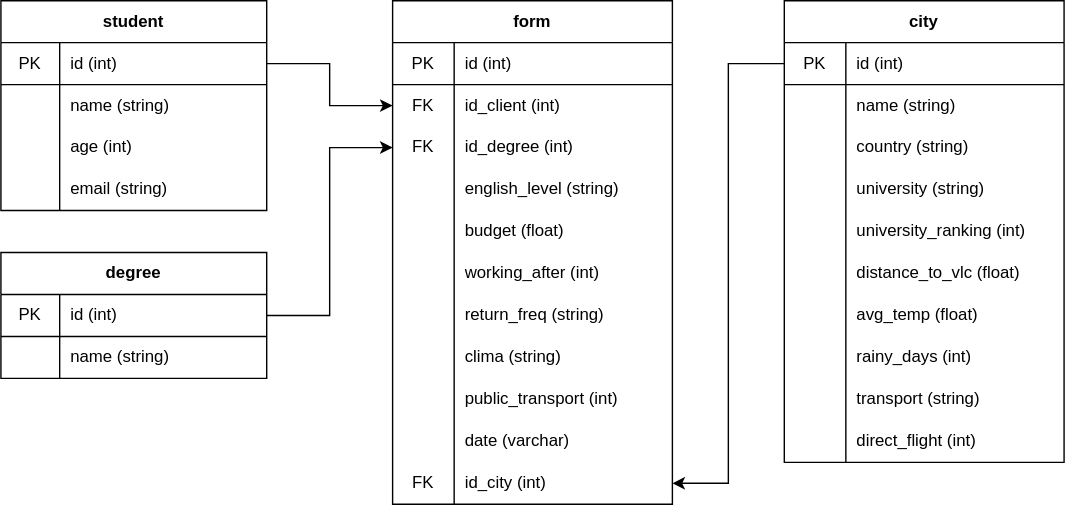
Before: WakeTeam_db.svg, a diagram exported from draw.io (viasmo1/edem-mda-DP1-wake). Source tidied: cells renumbered, new cells last; positions are measured from the earlier drawing's top-left corner, leaving out a move shared by most shapes.
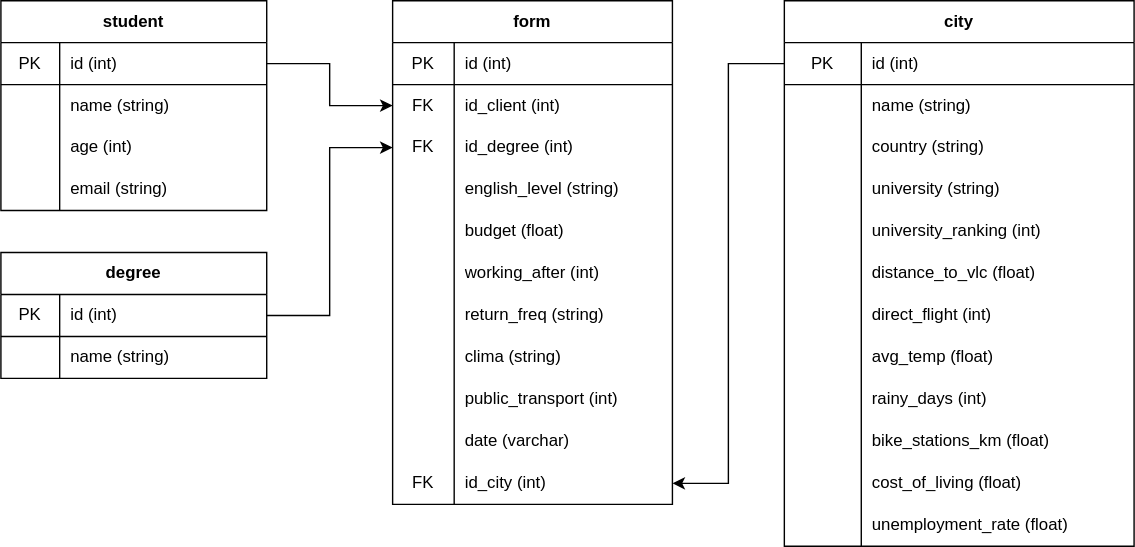
Later version of the same file.

What changed in the source:
```diff
@@ -42,98 +42,116 @@
       <mxGeometry x="42" width="148" height="30" as="geometry" />
     </mxCell>
     <mxCell id="15" value="city" style="shape=table;html=1;whiteSpace=wrap;startSize=30;rowLines=0;fontStyle=1;align=center;" parent="1" vertex="1">
-      <mxGeometry x="560" width="200" height="330" as="geometry" />
+      <mxGeometry x="560" width="250" height="390" as="geometry" />
     </mxCell>
     <mxCell id="16" style="shape=partialRectangle;html=1;whiteSpace=wrap;fillColor=none;top=0;left=0;bottom=1;right=0;points=[[0,0.5],[1,0.5]];portConstraint=eastwest;" parent="15" vertex="1">
-      <mxGeometry y="30" width="200" height="30" as="geometry" />
+      <mxGeometry y="30" width="250" height="30" as="geometry" />
     </mxCell>
     <mxCell id="17" value="PK" style="shape=partialRectangle;html=1;whiteSpace=wrap;fillColor=none;top=0;left=0;bottom=0;right=0;overflow=hidden;" parent="16" vertex="1">
-      <mxGeometry width="44" height="30" as="geometry" />
+      <mxGeometry width="55" height="30" as="geometry" />
     </mxCell>
     <mxCell id="18" value="id (int)" style="shape=partialRectangle;html=1;whiteSpace=wrap;fillColor=none;top=0;left=0;bottom=0;right=0;align=left;spacingLeft=6;overflow=hidden;" parent="16" vertex="1">
-      <mxGeometry x="44" width="156" height="30" as="geometry" />
+      <mxGeometry x="55" width="195" height="30" as="geometry" />
     </mxCell>
     <mxCell id="19" style="shape=partialRectangle;html=1;whiteSpace=wrap;fillColor=none;top=0;left=0;bottom=0;right=0;" parent="15" vertex="1">
-      <mxGeometry y="60" width="200" height="30" as="geometry" />
+      <mxGeometry y="60" width="250" height="30" as="geometry" />
     </mxCell>
     <mxCell id="20" style="shape=partialRectangle;html=1;whiteSpace=wrap;fillColor=none;top=0;left=0;bottom=0;right=0;overflow=hidden;" parent="19" vertex="1">
-      <mxGeometry width="44" height="30" as="geometry" />
+      <mxGeometry width="55" height="30" as="geometry" />
     </mxCell>
     <mxCell id="21" value="name (string)" style="shape=partialRectangle;html=1;whiteSpace=wrap;fillColor=none;top=0;left=0;bottom=0;right=0;align=left;spacingLeft=6;overflow=hidden;" parent="19" vertex="1">
-      <mxGeometry x="44" width="156" height="30" as="geometry" />
+      <mxGeometry x="55" width="195" height="30" as="geometry" />
     </mxCell>
     <mxCell id="22" style="shape=partialRectangle;html=1;whiteSpace=wrap;fillColor=none;top=0;left=0;bottom=0;right=0;" parent="15" vertex="1">
-      <mxGeometry y="90" width="200" height="30" as="geometry" />
+      <mxGeometry y="90" width="250" height="30" as="geometry" />
     </mxCell>
     <mxCell id="23" style="shape=partialRectangle;html=1;whiteSpace=wrap;fillColor=none;top=0;left=0;bottom=0;right=0;overflow=hidden;" parent="22" vertex="1">
-      <mxGeometry width="44" height="30" as="geometry" />
+      <mxGeometry width="55" height="30" as="geometry" />
     </mxCell>
     <mxCell id="24" value="country (string)" style="shape=partialRectangle;html=1;whiteSpace=wrap;fillColor=none;top=0;left=0;bottom=0;right=0;align=left;spacingLeft=6;overflow=hidden;" parent="22" vertex="1">
-      <mxGeometry x="44" width="156" height="30" as="geometry" />
+      <mxGeometry x="55" width="195" height="30" as="geometry" />
     </mxCell>
     <mxCell id="25" style="shape=partialRectangle;html=1;whiteSpace=wrap;fillColor=none;top=0;left=0;bottom=0;right=0;" parent="15" vertex="1">
-      <mxGeometry y="120" width="200" height="30" as="geometry" />
+      <mxGeometry y="120" width="250" height="30" as="geometry" />
     </mxCell>
     <mxCell id="26" style="shape=partialRectangle;html=1;whiteSpace=wrap;fillColor=none;top=0;left=0;bottom=0;right=0;overflow=hidden;" parent="25" vertex="1">
-      <mxGeometry width="44" height="30" as="geometry" />
+      <mxGeometry width="55" height="30" as="geometry" />
     </mxCell>
     <mxCell id="27" value="university (string)" style="shape=partialRectangle;html=1;whiteSpace=wrap;fillColor=none;top=0;left=0;bottom=0;right=0;align=left;spacingLeft=6;overflow=hidden;" parent="25" vertex="1">
-      <mxGeometry x="44" width="156" height="30" as="geometry" />
+      <mxGeometry x="55" width="195" height="30" as="geometry" />
     </mxCell>
     <mxCell id="28" style="shape=partialRectangle;html=1;whiteSpace=wrap;fillColor=none;top=0;left=0;bottom=0;right=0;" parent="15" vertex="1">
-      <mxGeometry y="150" width="200" height="30" as="geometry" />
+      <mxGeometry y="150" width="250" height="30" as="geometry" />
     </mxCell>
     <mxCell id="29" style="shape=partialRectangle;html=1;whiteSpace=wrap;fillColor=none;top=0;left=0;bottom=0;right=0;overflow=hidden;" parent="28" vertex="1">
-      <mxGeometry width="44" height="30" as="geometry" />
+      <mxGeometry width="55" height="30" as="geometry" />
     </mxCell>
     <mxCell id="30" value="university_ranking (int)" style="shape=partialRectangle;html=1;whiteSpace=wrap;fillColor=none;top=0;left=0;bottom=0;right=0;align=left;spacingLeft=6;overflow=hidden;" parent="28" vertex="1">
-      <mxGeometry x="44" width="156" height="30" as="geometry" />
+      <mxGeometry x="55" width="195" height="30" as="geometry" />
     </mxCell>
     <mxCell id="31" style="shape=partialRectangle;html=1;whiteSpace=wrap;fillColor=none;top=0;left=0;bottom=0;right=0;" parent="15" vertex="1">
-      <mxGeometry y="180" width="200" height="30" as="geometry" />
+      <mxGeometry y="180" width="250" height="30" as="geometry" />
     </mxCell>
     <mxCell id="32" style="shape=partialRectangle;html=1;whiteSpace=wrap;fillColor=none;top=0;left=0;bottom=0;right=0;overflow=hidden;" parent="31" vertex="1">
-      <mxGeometry width="44" height="30" as="geometry" />
+      <mxGeometry width="55" height="30" as="geometry" />
     </mxCell>
     <mxCell id="33" value="distance_to_vlc (float)" style="shape=partialRectangle;html=1;whiteSpace=wrap;fillColor=none;top=0;left=0;bottom=0;right=0;align=left;spacingLeft=6;overflow=hidden;" parent="31" vertex="1">
-      <mxGeometry x="44" width="156" height="30" as="geometry" />
+      <mxGeometry x="55" width="195" height="30" as="geometry" />
     </mxCell>
+    <mxCell id="43" style="shape=partialRectangle;html=1;whiteSpace=wrap;fillColor=none;top=0;left=0;bottom=0;right=0;" parent="15" vertex="1">
+      <mxGeometry y="210" width="250" height="30" as="geometry" />
+    </mxCell>
+    <mxCell id="44" style="shape=partialRectangle;html=1;whiteSpace=wrap;fillColor=none;top=0;left=0;bottom=0;right=0;overflow=hidden;" parent="43" vertex="1">
+      <mxGeometry width="55" height="30" as="geometry" />
+    </mxCell>
+    <mxCell id="45" value="direct_flight (int)" style="shape=partialRectangle;html=1;whiteSpace=wrap;fillColor=none;top=0;left=0;bottom=0;right=0;align=left;spacingLeft=6;overflow=hidden;" parent="43" vertex="1">
+      <mxGeometry x="55" width="195" height="30" as="geometry" />
+    </mxCell>
     <mxCell id="34" style="shape=partialRectangle;html=1;whiteSpace=wrap;fillColor=none;top=0;left=0;bottom=0;right=0;" parent="15" vertex="1">
-      <mxGeometry y="210" width="200" height="30" as="geometry" />
+      <mxGeometry y="240" width="250" height="30" as="geometry" />
     </mxCell>
     <mxCell id="35" style="shape=partialRectangle;html=1;whiteSpace=wrap;fillColor=none;top=0;left=0;bottom=0;right=0;overflow=hidden;" parent="34" vertex="1">
-      <mxGeometry width="44" height="30" as="geometry" />
+      <mxGeometry width="55" height="30" as="geometry" />
     </mxCell>
     <mxCell id="36" value="avg_temp (float)" style="shape=partialRectangle;html=1;whiteSpace=wrap;fillColor=none;top=0;left=0;bottom=0;right=0;align=left;spacingLeft=6;overflow=hidden;" parent="34" vertex="1">
-      <mxGeometry x="44" width="156" height="30" as="geometry" />
+      <mxGeometry x="55" width="195" height="30" as="geometry" />
     </mxCell>
     <mxCell id="37" style="shape=partialRectangle;html=1;whiteSpace=wrap;fillColor=none;top=0;left=0;bottom=0;right=0;" parent="15" vertex="1">
-      <mxGeometry y="240" width="200" height="30" as="geometry" />
+      <mxGeometry y="270" width="250" height="30" as="geometry" />
     </mxCell>
     <mxCell id="38" style="shape=partialRectangle;html=1;whiteSpace=wrap;fillColor=none;top=0;left=0;bottom=0;right=0;overflow=hidden;" parent="37" vertex="1">
-      <mxGeometry width="44" height="30" as="geometry" />
+      <mxGeometry width="55" height="30" as="geometry" />
     </mxCell>
     <mxCell id="39" value="rainy_days (int)" style="shape=partialRectangle;html=1;whiteSpace=wrap;fillColor=none;top=0;left=0;bottom=0;right=0;align=left;spacingLeft=6;overflow=hidden;" parent="37" vertex="1">
-      <mxGeometry x="44" width="156" height="30" as="geometry" />
+      <mxGeometry x="55" width="195" height="30" as="geometry" />
     </mxCell>
     <mxCell id="40" style="shape=partialRectangle;html=1;whiteSpace=wrap;fillColor=none;top=0;left=0;bottom=0;right=0;" parent="15" vertex="1">
-      <mxGeometry y="270" width="200" height="30" as="geometry" />
+      <mxGeometry y="300" width="250" height="30" as="geometry" />
     </mxCell>
     <mxCell id="41" style="shape=partialRectangle;html=1;whiteSpace=wrap;fillColor=none;top=0;left=0;bottom=0;right=0;overflow=hidden;" parent="40" vertex="1">
-      <mxGeometry width="44" height="30" as="geometry" />
+      <mxGeometry width="55" height="30" as="geometry" />
     </mxCell>
-    <mxCell id="42" value="transport (string)" style="shape=partialRectangle;html=1;whiteSpace=wrap;fillColor=none;top=0;left=0;bottom=0;right=0;align=left;spacingLeft=6;overflow=hidden;" parent="40" vertex="1">
-      <mxGeometry x="44" width="156" height="30" as="geometry" />
+    <mxCell id="42" value="bike_stations_km (float)" style="shape=partialRectangle;html=1;whiteSpace=wrap;fillColor=none;top=0;left=0;bottom=0;right=0;align=left;spacingLeft=6;overflow=hidden;" parent="40" vertex="1">
+      <mxGeometry x="55" width="195" height="30" as="geometry" />
     </mxCell>
-    <mxCell id="43" style="shape=partialRectangle;html=1;whiteSpace=wrap;fillColor=none;top=0;left=0;bottom=0;right=0;" parent="15" vertex="1">
-      <mxGeometry y="300" width="200" height="30" as="geometry" />
-    </mxCell>
-    <mxCell id="44" style="shape=partialRectangle;html=1;whiteSpace=wrap;fillColor=none;top=0;left=0;bottom=0;right=0;overflow=hidden;" parent="43" vertex="1">
-      <mxGeometry width="44" height="30" as="geometry" />
-    </mxCell>
-    <mxCell id="45" value="direct_flight (int)" style="shape=partialRectangle;html=1;whiteSpace=wrap;fillColor=none;top=0;left=0;bottom=0;right=0;align=left;spacingLeft=6;overflow=hidden;" parent="43" vertex="1">
-      <mxGeometry x="44" width="156" height="30" as="geometry" />
-    </mxCell>
+    <mxCell id="90" style="shape=partialRectangle;html=1;whiteSpace=wrap;fillColor=none;top=0;left=0;bottom=0;right=0;" parent="15" vertex="1">
+      <mxGeometry y="330" width="250" height="30" as="geometry" />
+    </mxCell>
+    <mxCell id="91" style="shape=partialRectangle;html=1;whiteSpace=wrap;fillColor=none;top=0;left=0;bottom=0;right=0;overflow=hidden;" parent="90" vertex="1">
+      <mxGeometry width="55" height="30" as="geometry" />
+    </mxCell>
+    <mxCell id="92" value="cost_of_living (float)" style="shape=partialRectangle;html=1;whiteSpace=wrap;fillColor=none;top=0;left=0;bottom=0;right=0;align=left;spacingLeft=6;overflow=hidden;" parent="90" vertex="1">
+      <mxGeometry x="55" width="195" height="30" as="geometry" />
+    </mxCell>
+    <mxCell id="93" style="shape=partialRectangle;html=1;whiteSpace=wrap;fillColor=none;top=0;left=0;bottom=0;right=0;" parent="15" vertex="1">
+      <mxGeometry y="360" width="250" height="30" as="geometry" />
+    </mxCell>
+    <mxCell id="94" style="shape=partialRectangle;html=1;whiteSpace=wrap;fillColor=none;top=0;left=0;bottom=0;right=0;overflow=hidden;" parent="93" vertex="1">
+      <mxGeometry width="55" height="30" as="geometry" />
+    </mxCell>
+    <mxCell id="95" value="unemployment_rate (float)" style="shape=partialRectangle;html=1;whiteSpace=wrap;fillColor=none;top=0;left=0;bottom=0;right=0;align=left;spacingLeft=6;overflow=hidden;" parent="93" vertex="1">
+      <mxGeometry x="55" width="195" height="30" as="geometry" />
+    </mxCell>
     <mxCell id="46" value="form" style="shape=table;html=1;whiteSpace=wrap;startSize=30;rowLines=0;fontStyle=1;align=center;" parent="1" vertex="1">
       <mxGeometry x="280" width="200" height="360" as="geometry" />
     </mxCell>
```
